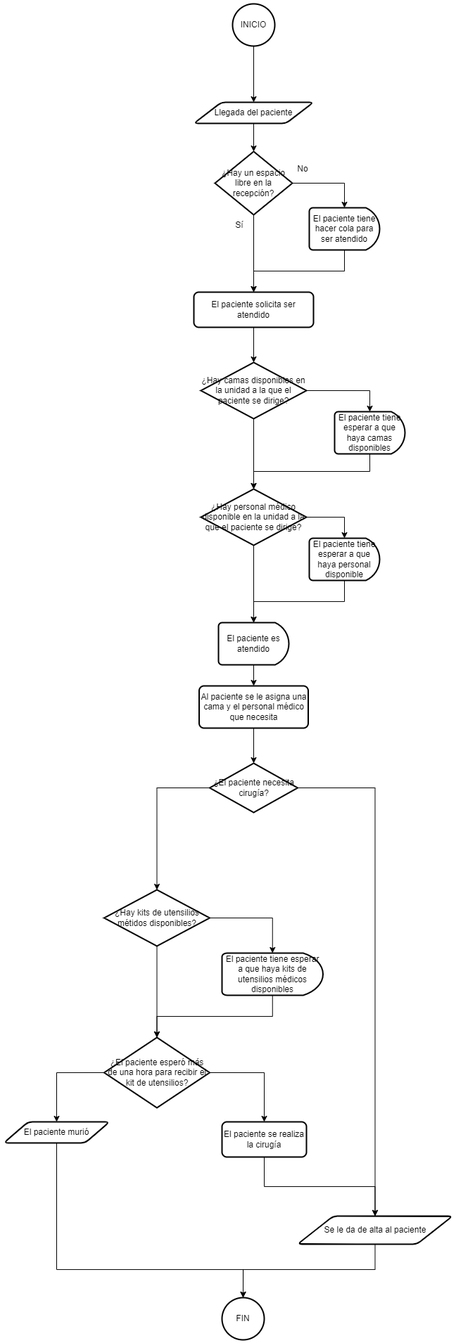
Above: Hospital-Diagrama de Flujo.png in angel-513/IS910_Project2_Simpy_HospitalSimulation (draw.io), before the change. Source tidied: cells renumbered, new cells last; positions are measured from the earlier drawing's top-left corner, leaving out a move shared by most shapes.
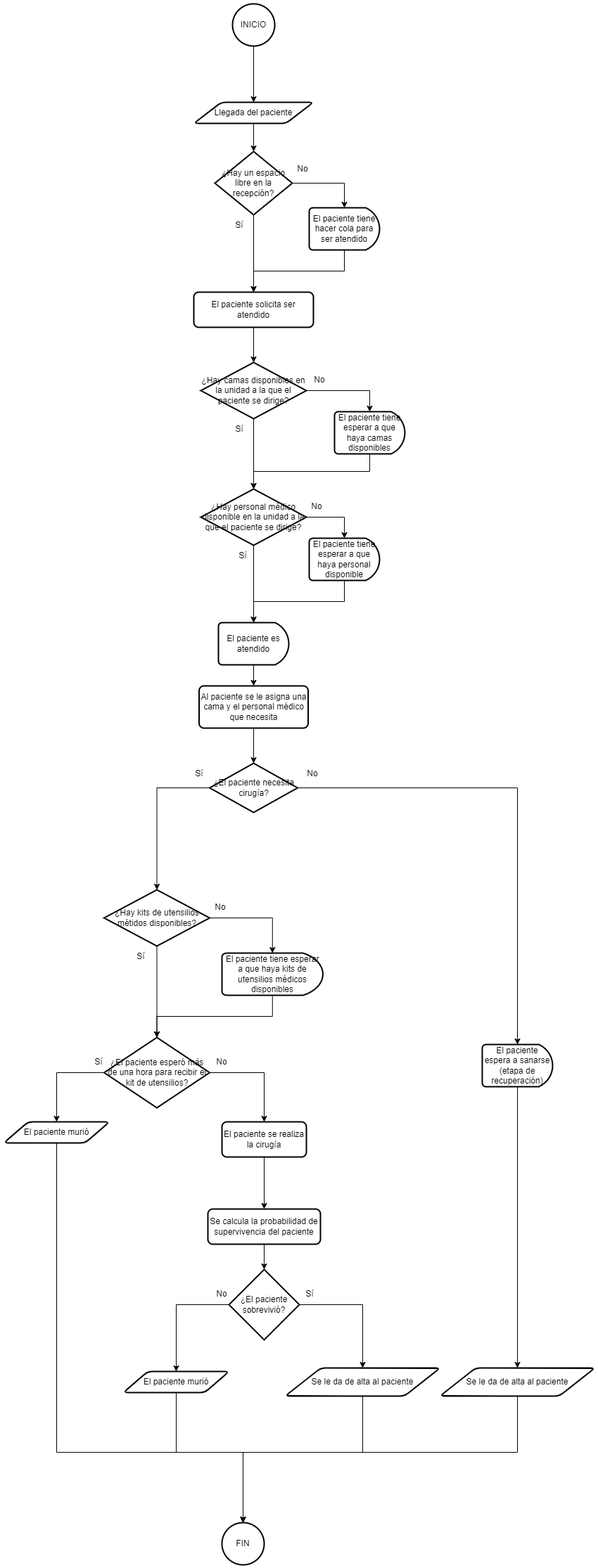
Later version of the same file.

Commit message:
fix: diagrama de flujo y diagrama de escenario

Diff of the diagram source:
```diff
@@ -53,9 +53,6 @@
     <mxCell id="18" value="Al paciente se le asigna una cama y el personal médico que necesita" style="rounded=1;whiteSpace=wrap;html=1;absoluteArcSize=1;arcSize=14;strokeWidth=2;" parent="1" vertex="1">
       <mxGeometry x="277.5" y="970" width="155" height="60" as="geometry" />
     </mxCell>
-    <mxCell id="19" style="edgeStyle=orthogonalEdgeStyle;rounded=0;jettySize=auto;html=1;exitX=1;exitY=0.5;exitDx=0;exitDy=0;exitPerimeter=0;entryX=0.5;entryY=0;entryDx=0;entryDy=0;" parent="1" edge="1" source="20" target="31">
-      <mxGeometry relative="1" as="geometry" />
-    </mxCell>
     <mxCell id="20" value="¿El paciente necesita cirugía?" style="strokeWidth=2;html=1;shape=mxgraph.flowchart.decision;whiteSpace=wrap;" parent="1" vertex="1">
       <mxGeometry x="292.5" y="1080" width="125" height="70" as="geometry" />
     </mxCell>
@@ -80,9 +77,9 @@
     <mxCell id="27" value="¿El paciente esperó más de una hora para recibir el kit de utensilios?" style="strokeWidth=2;html=1;shape=mxgraph.flowchart.decision;whiteSpace=wrap;" parent="1" vertex="1">
       <mxGeometry x="142.5" y="1470" width="150" height="100" as="geometry" />
     </mxCell>
-    <mxCell id="28" style="edgeStyle=orthogonalEdgeStyle;rounded=0;jettySize=auto;html=1;exitX=0.5;exitY=1;exitDx=0;exitDy=0;entryX=0.5;entryY=0;entryDx=0;entryDy=0;" parent="1" edge="1" source="29" target="31">
-      <mxGeometry relative="1" as="geometry" />
-    </mxCell>
+    <mxCell id="47" style="edgeStyle=orthogonalEdgeStyle;rounded=0;jettySize=auto;html=1;exitX=0.5;exitY=1;exitDx=0;exitDy=0;entryX=0.5;entryY=0;entryDx=0;entryDy=0;" parent="1" edge="1" source="29" target="48">
+      <mxGeometry relative="1" as="geometry" />
+    </mxCell>
     <mxCell id="29" value="El paciente se realiza la cirugía" style="rounded=1;whiteSpace=wrap;html=1;absoluteArcSize=1;arcSize=14;strokeWidth=2;" parent="1" vertex="1">
       <mxGeometry x="310" y="1590" width="120" height="50" as="geometry" />
     </mxCell>
@@ -90,7 +87,7 @@
       <mxGeometry y="1590" width="150" height="30" as="geometry" />
     </mxCell>
     <mxCell id="31" value="Se le da de alta al paciente" style="shape=parallelogram;html=1;strokeWidth=2;perimeter=parallelogramPerimeter;whiteSpace=wrap;rounded=1;arcSize=12;size=0.23;" parent="1" vertex="1">
-      <mxGeometry x="417.5" y="1724" width="220" height="40" as="geometry" />
+      <mxGeometry x="400" y="1940" width="220" height="40" as="geometry" />
     </mxCell>
     <mxCell id="32" style="edgeStyle=orthogonalEdgeStyle;rounded=0;jettySize=auto;html=1;exitX=0.5;exitY=1;exitDx=0;exitDy=0;entryX=0.5;entryY=0;entryDx=0;entryDy=0;entryPerimeter=0;" parent="1" edge="1" source="13" target="14">
       <mxGeometry relative="1" as="geometry" />
@@ -129,23 +126,105 @@
       <mxGeometry relative="1" as="geometry" />
     </mxCell>
     <mxCell id="44" value="FIN" style="strokeWidth=2;html=1;shape=mxgraph.flowchart.start_2;whiteSpace=wrap;" parent="1" vertex="1">
-      <mxGeometry x="310" y="1840" width="60" height="60" as="geometry" />
+      <mxGeometry x="310" y="2160" width="60" height="60" as="geometry" />
     </mxCell>
     <mxCell id="45" style="edgeStyle=orthogonalEdgeStyle;rounded=0;jettySize=auto;html=1;exitX=0.5;exitY=1;exitDx=0;exitDy=0;entryX=0.5;entryY=0;entryDx=0;entryDy=0;entryPerimeter=0;" parent="1" edge="1" source="30" target="44">
       <mxGeometry relative="1" as="geometry">
         <Array as="points">
-          <mxPoint x="75" y="1800" />
-          <mxPoint x="340" y="1800" />
+          <mxPoint x="75" y="2060" />
+          <mxPoint x="340" y="2060" />
         </Array>
       </mxGeometry>
     </mxCell>
+    <mxCell id="48" value="Se calcula la probabilidad de supervivencia del paciente" style="rounded=1;whiteSpace=wrap;html=1;absoluteArcSize=1;arcSize=14;strokeWidth=2;" parent="1" vertex="1">
+      <mxGeometry x="290" y="1714" width="160" height="50" as="geometry" />
+    </mxCell>
+    <mxCell id="49" style="edgeStyle=orthogonalEdgeStyle;rounded=0;jettySize=auto;html=1;exitX=0;exitY=0.5;exitDx=0;exitDy=0;exitPerimeter=0;entryX=0.5;entryY=0;entryDx=0;entryDy=0;" parent="1" edge="1" source="51" target="52">
+      <mxGeometry relative="1" as="geometry" />
+    </mxCell>
+    <mxCell id="50" style="edgeStyle=orthogonalEdgeStyle;rounded=0;jettySize=auto;html=1;exitX=1;exitY=0.5;exitDx=0;exitDy=0;exitPerimeter=0;entryX=0.5;entryY=0;entryDx=0;entryDy=0;" parent="1" edge="1" source="51" target="31">
+      <mxGeometry relative="1" as="geometry" />
+    </mxCell>
+    <mxCell id="51" value="¿El paciente sobrevivió?" style="strokeWidth=2;html=1;shape=mxgraph.flowchart.decision;whiteSpace=wrap;" parent="1" vertex="1">
+      <mxGeometry x="320" y="1800" width="100" height="100" as="geometry" />
+    </mxCell>
+    <mxCell id="52" value="El paciente murió" style="shape=parallelogram;html=1;strokeWidth=2;perimeter=parallelogramPerimeter;whiteSpace=wrap;rounded=1;arcSize=12;size=0.23;" parent="1" vertex="1">
+      <mxGeometry x="170" y="1945" width="150" height="30" as="geometry" />
+    </mxCell>
+    <mxCell id="53" style="edgeStyle=orthogonalEdgeStyle;rounded=0;jettySize=auto;html=1;exitX=0.5;exitY=1;exitDx=0;exitDy=0;exitPerimeter=0;entryX=0.5;entryY=0;entryDx=0;entryDy=0;" parent="1" edge="1" source="54" target="57">
+      <mxGeometry relative="1" as="geometry" />
+    </mxCell>
+    <mxCell id="54" value="El paciente espera a sanarse (etapa de recuperación)" style="strokeWidth=2;html=1;shape=mxgraph.flowchart.delay;whiteSpace=wrap;" parent="1" vertex="1">
+      <mxGeometry x="680" y="1480" width="100" height="60" as="geometry" />
+    </mxCell>
+    <mxCell id="55" style="edgeStyle=orthogonalEdgeStyle;rounded=0;jettySize=auto;html=1;exitX=0.5;exitY=1;exitDx=0;exitDy=0;entryX=0.5;entryY=0;entryDx=0;entryDy=0;entryPerimeter=0;" parent="1" edge="1" source="48" target="51">
+      <mxGeometry relative="1" as="geometry" />
+    </mxCell>
+    <mxCell id="56" style="edgeStyle=orthogonalEdgeStyle;rounded=0;jettySize=auto;html=1;exitX=0.5;exitY=1;exitDx=0;exitDy=0;entryX=0.5;entryY=0;entryDx=0;entryDy=0;entryPerimeter=0;" parent="1" edge="1" source="52" target="44">
+      <mxGeometry relative="1" as="geometry">
+        <Array as="points">
+          <mxPoint x="245" y="2060" />
+          <mxPoint x="340" y="2060" />
+        </Array>
+      </mxGeometry>
+    </mxCell>
     <mxCell id="46" style="edgeStyle=orthogonalEdgeStyle;rounded=0;jettySize=auto;html=1;exitX=0.5;exitY=1;exitDx=0;exitDy=0;entryX=0.5;entryY=0;entryDx=0;entryDy=0;entryPerimeter=0;" parent="1" edge="1" source="31" target="44">
       <mxGeometry relative="1" as="geometry">
         <Array as="points">
-          <mxPoint x="528" y="1800" />
-          <mxPoint x="340" y="1800" />
+          <mxPoint x="510" y="2060" />
+          <mxPoint x="340" y="2060" />
         </Array>
       </mxGeometry>
     </mxCell>
+    <mxCell id="57" value="Se le da de alta al paciente" style="shape=parallelogram;html=1;strokeWidth=2;perimeter=parallelogramPerimeter;whiteSpace=wrap;rounded=1;arcSize=12;size=0.23;" parent="1" vertex="1">
+      <mxGeometry x="620" y="1940" width="220" height="40" as="geometry" />
+    </mxCell>
+    <mxCell id="58" style="edgeStyle=orthogonalEdgeStyle;rounded=0;jettySize=auto;html=1;exitX=0.5;exitY=1;exitDx=0;exitDy=0;entryX=0.5;entryY=0;entryDx=0;entryDy=0;entryPerimeter=0;" parent="1" edge="1" source="57" target="44">
+      <mxGeometry relative="1" as="geometry">
+        <Array as="points">
+          <mxPoint x="730" y="2060" />
+          <mxPoint x="340" y="2060" />
+        </Array>
+      </mxGeometry>
+    </mxCell>
+    <mxCell id="59" style="edgeStyle=orthogonalEdgeStyle;rounded=0;jettySize=auto;html=1;exitX=1;exitY=0.5;exitDx=0;exitDy=0;exitPerimeter=0;entryX=0.5;entryY=0;entryDx=0;entryDy=0;entryPerimeter=0;" parent="1" edge="1" source="20" target="54">
+      <mxGeometry relative="1" as="geometry" />
+    </mxCell>
+    <mxCell id="60" value="No" style="text;strokeColor=none;align=center;fillColor=none;html=1;verticalAlign=middle;whiteSpace=wrap;rounded=0;" parent="1" vertex="1">
+      <mxGeometry x="434" y="520" width="30" height="30" as="geometry" />
+    </mxCell>
+    <mxCell id="61" value="Sí" style="text;strokeColor=none;align=center;fillColor=none;html=1;verticalAlign=middle;whiteSpace=wrap;rounded=0;" parent="1" vertex="1">
+      <mxGeometry x="320" y="590" width="30" height="30" as="geometry" />
+    </mxCell>
+    <mxCell id="62" value="Sí" style="text;strokeColor=none;align=center;fillColor=none;html=1;verticalAlign=middle;whiteSpace=wrap;rounded=0;" parent="1" vertex="1">
+      <mxGeometry x="325" y="770" width="30" height="30" as="geometry" />
+    </mxCell>
+    <mxCell id="63" value="No" style="text;strokeColor=none;align=center;fillColor=none;html=1;verticalAlign=middle;whiteSpace=wrap;rounded=0;" parent="1" vertex="1">
+      <mxGeometry x="430" y="700" width="30" height="30" as="geometry" />
+    </mxCell>
+    <mxCell id="64" value="Sí" style="text;strokeColor=none;align=center;fillColor=none;html=1;verticalAlign=middle;whiteSpace=wrap;rounded=0;" parent="1" vertex="1">
+      <mxGeometry x="262.5" y="1080" width="30" height="30" as="geometry" />
+    </mxCell>
+    <mxCell id="65" value="No" style="text;strokeColor=none;align=center;fillColor=none;html=1;verticalAlign=middle;whiteSpace=wrap;rounded=0;" parent="1" vertex="1">
+      <mxGeometry x="423.5" y="1080" width="30" height="30" as="geometry" />
+    </mxCell>
+    <mxCell id="66" value="Sí" style="text;strokeColor=none;align=center;fillColor=none;html=1;verticalAlign=middle;whiteSpace=wrap;rounded=0;" parent="1" vertex="1">
+      <mxGeometry x="180" y="1340" width="30" height="30" as="geometry" />
+    </mxCell>
+    <mxCell id="67" value="No" style="text;strokeColor=none;align=center;fillColor=none;html=1;verticalAlign=middle;whiteSpace=wrap;rounded=0;" parent="1" vertex="1">
+      <mxGeometry x="292.5" y="1270" width="30" height="30" as="geometry" />
+    </mxCell>
+    <mxCell id="68" value="Sí" style="text;strokeColor=none;align=center;fillColor=none;html=1;verticalAlign=middle;whiteSpace=wrap;rounded=0;" parent="1" vertex="1">
+      <mxGeometry x="120" y="1490" width="30" height="30" as="geometry" />
+    </mxCell>
+    <mxCell id="69" value="No" style="text;strokeColor=none;align=center;fillColor=none;html=1;verticalAlign=middle;whiteSpace=wrap;rounded=0;" parent="1" vertex="1">
+      <mxGeometry x="295" y="1490" width="30" height="30" as="geometry" />
+    </mxCell>
+    <mxCell id="70" value="Sí" style="text;strokeColor=none;align=center;fillColor=none;html=1;verticalAlign=middle;whiteSpace=wrap;rounded=0;" parent="1" vertex="1">
+      <mxGeometry x="420" y="1820" width="30" height="30" as="geometry" />
+    </mxCell>
+    <mxCell id="71" value="No" style="text;strokeColor=none;align=center;fillColor=none;html=1;verticalAlign=middle;whiteSpace=wrap;rounded=0;" parent="1" vertex="1">
+      <mxGeometry x="295" y="1820" width="30" height="30" as="geometry" />
+    </mxCell>
   </root>
 </mxGraphModel>
```
